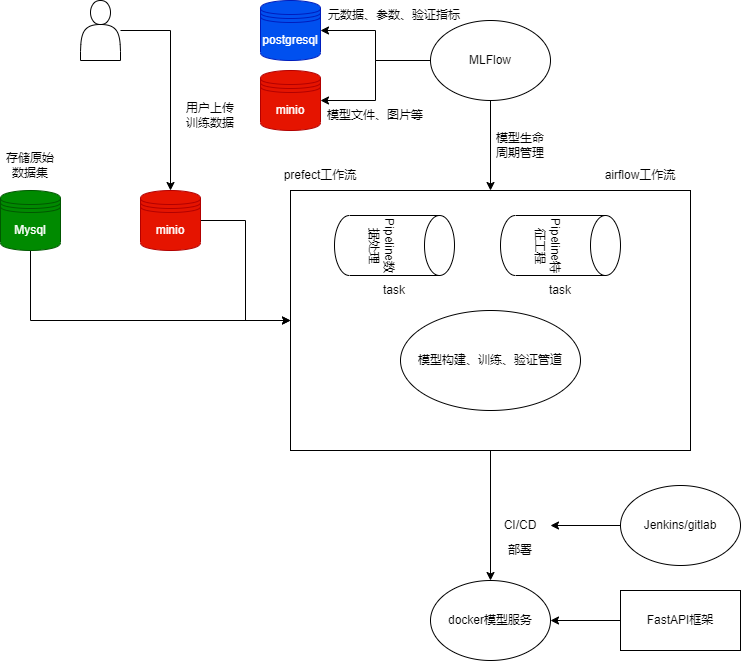
Above: data/未命名绘图.drawio.png in yangminghuan/Industrial-steam-forecast (draw.io), before the change. Source tidied: cells renumbered, new cells last; positions are measured from the earlier drawing's top-left corner, leaving out a move shared by most shapes.
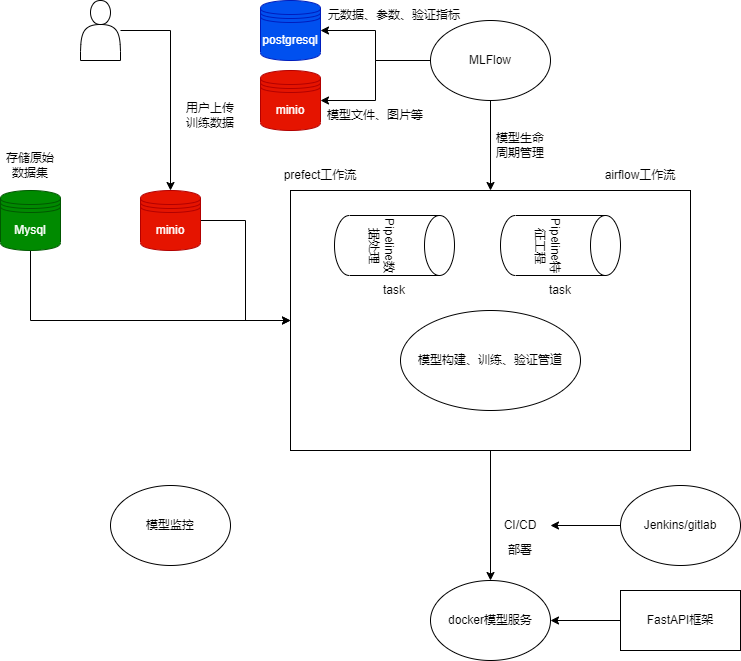
The same diagram one commit later.

Commit message:
更新未命名绘图.drawio.png

Change to the diagram source:
```diff
@@ -107,5 +107,8 @@
     <mxCell id="34" value="airflow工作流" style="text;strokeColor=none;align=center;fillColor=none;html=1;verticalAlign=middle;whiteSpace=wrap;rounded=0;" parent="1" vertex="1">
       <mxGeometry x="590" y="160" width="100" height="30" as="geometry" />
     </mxCell>
+    <mxCell id="35" value="模型监控" style="ellipse;whiteSpace=wrap;html=1;rounded=0;" parent="1" vertex="1">
+      <mxGeometry x="110" y="485" width="120" height="80" as="geometry" />
+    </mxCell>
   </root>
 </mxGraphModel>
```
